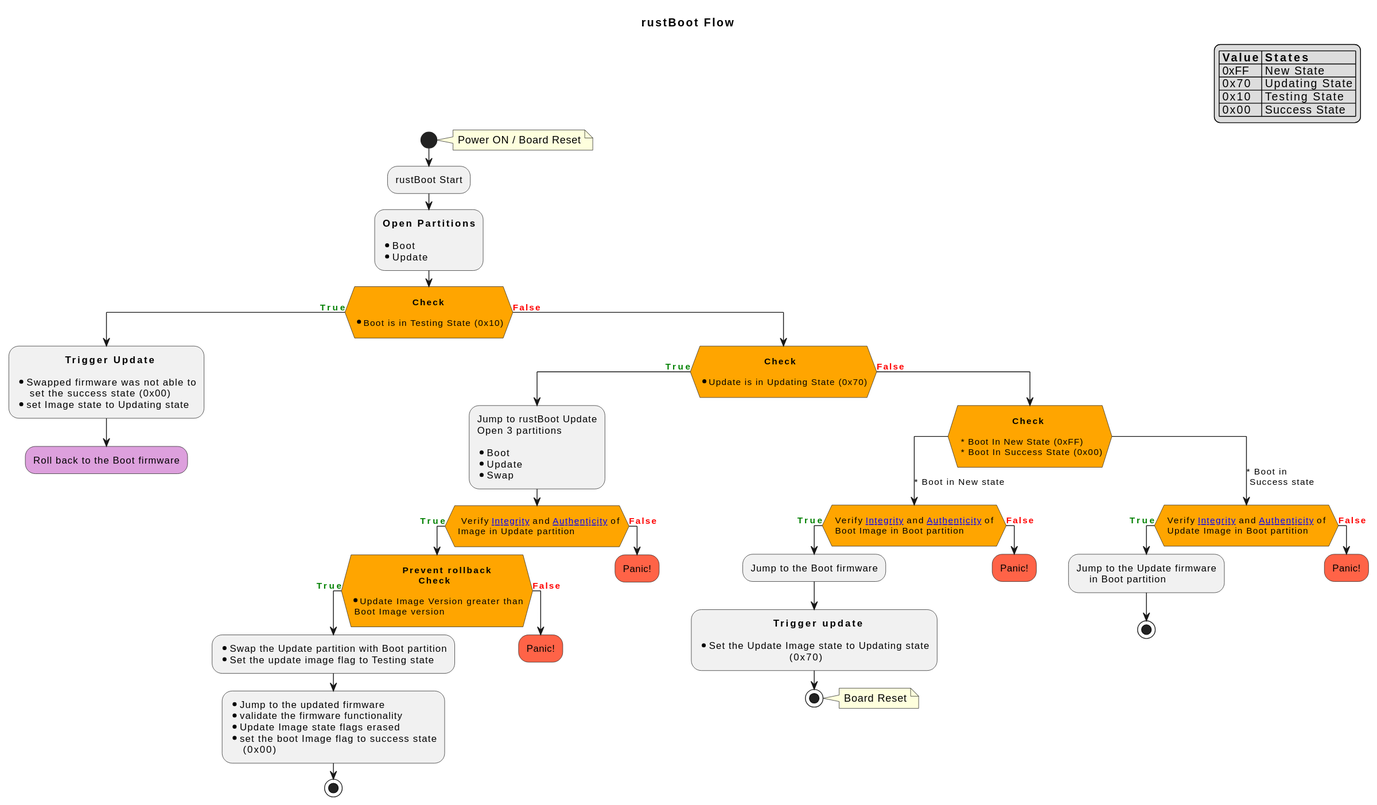
The PlantUML diagram rustBoot_State_Diagram.svg in UdayakumarHidakal/RustBoot-state-diagrams, before a commit.
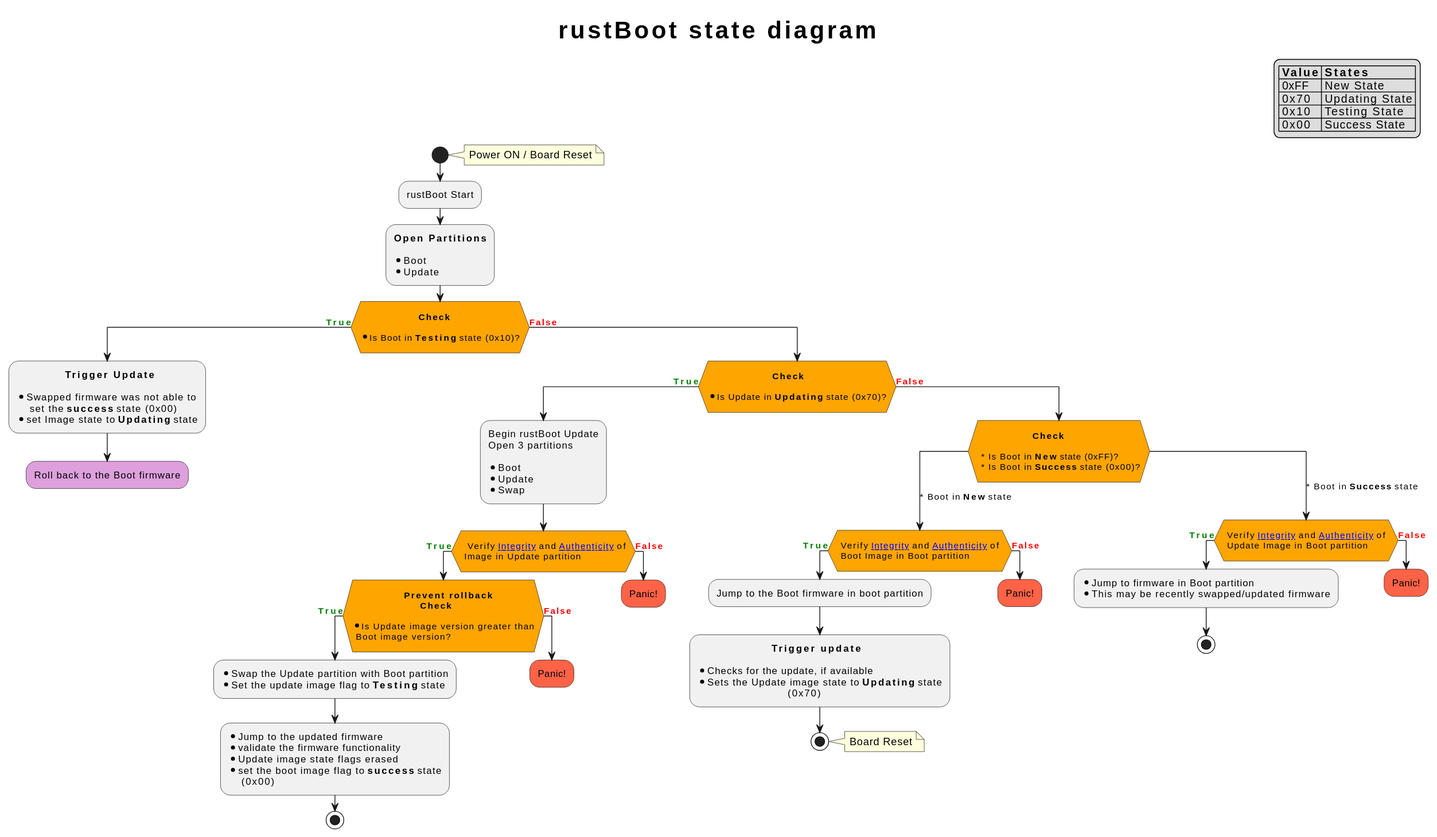
The same diagram one commit later.

The edit, as a diff of the source:
```diff
@@ -1,5 +1,6 @@
 @startuml
-title rustBoot Flow
+skinparam titlefontsize 30
+title rustBoot state diagram
 
 start
 note right: Power ON / Board Reset
@@ -14,22 +15,22 @@
 #orange:if (
                   **Check**
 
-* Boot is in Testing State (0x10)\n) then (<color:green>**True**)
+* Is Boot in **Testing** state (0x10)?\n) then (<color:green>**True**)
 
 
   :               **Trigger Update**
 
   * Swapped firmware was not able to
-      set the success state (0x00)
-  * set Image state to Updating state;
+      set the **success** state (0x00)
+  * set Image state to **Updating** state;
   #plum:Roll back to the Boot firmware;
   kill
 else (<color:red>**False**)
   #orange:if (
                     **Check**
 
-* Update is in Updating State (0x70)\n) then (<color:green>**True**);
-    :Jump to rustBoot Update
+* Is Update in **Updating** state (0x70)?\n) then (<color:green>**True**);
+    :Begin rustBoot Update
     Open 3 partitions
 
     * Boot
@@ -40,13 +41,13 @@
 
       #orange:if (\n                **Prevent rollback** \n                     **Check**
 
-* Update Image Version greater than \n Boot Image version \n) then (<color:green>**True**)
+* Is Update image version greater than \n Boot image version? \n) then (<color:green>**True**)
         :* Swap the Update partition with Boot partition
-        * Set the update image flag to Testing state;
+        * Set the update image flag to **Testing** state;
         :* Jump to the updated firmware
         * validate the firmware functionality
-        * Update Image state flags erased
-        * set the boot Image flag to success state
+        * Update image state flags erased
+        * set the boot image flag to **success** state
             (0x00);
         stop
       else(<color:red>**False**)
@@ -63,13 +64,14 @@
   BackgroundColor orange
 }
 </style>
-    switch(\n                 **Check**\n \n * Boot In New State (0xFF)\n * Boot In Success State (0x00)\n)
-    case (\n* Boot in New state)
+    switch(\n                 **Check**\n \n * Is Boot in **New** state (0xFF)?\n * Is Boot in **Success** state (0x00)?\n)
+    case (\n* Boot in **New** state)
       #orange:if (\n Verify [[https://raw.githubusercontent.com/UdayakumarHidakal/RustBoot-state-diagrams/main/verify_Intigrity_diagram.svg{Verify Integrity} Integrity]] and [[https://raw.githubusercontent.com/UdayakumarHidakal/RustBoot-state-diagrams/main/verify_Authenticity_diagram.svg{Verify Authenticity} Authenticity]] of \n Boot Image in Boot partition\n) then (<color:green>**True**)
-        :Jump to the Boot firmware;
+        :Jump to the Boot firmware in boot partition;
           :                       **Trigger update**
 
-        * Set the Update Image state to Updating state
+        * Checks for the update, if available
+        * Sets the Update image state to **Updating** state
                                     (0x70);
         stop
          note right: Board Reset
@@ -78,10 +80,10 @@
         #tomato:Panic!;
         kill
       endif
-    case (* Boot in \n Success state)
+    case (* Boot in **Success** state)
       #orange:if (\n Verify [[https://raw.githubusercontent.com/UdayakumarHidakal/RustBoot-state-diagrams/main/verify_Intigrity_diagram.svg{Verify Integrity} Integrity]] and [[https://raw.githubusercontent.com/UdayakumarHidakal/RustBoot-state-diagrams/main/verify_Authenticity_diagram.svg{Verify Authenticity} Authenticity]] of \n Update Image in Boot partition\n) then (<color:green>**True**)
-        :Jump to the Update firmware
-            in Boot partition;
+        :* Jump to firmware in Boot partition
+* This may be recently swapped/updated firmware;
         stop
       else (<color:red>**False**)
         #tomato:Panic!;
```
